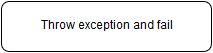
The draw.io diagram ArchSW-docs/uml/process_view/Example2.png in vkostyukov/la4j, before a commit. Source tidied: cells renumbered, new cells last; positions are measured from the earlier drawing's top-left corner, leaving out a move shared by most shapes.
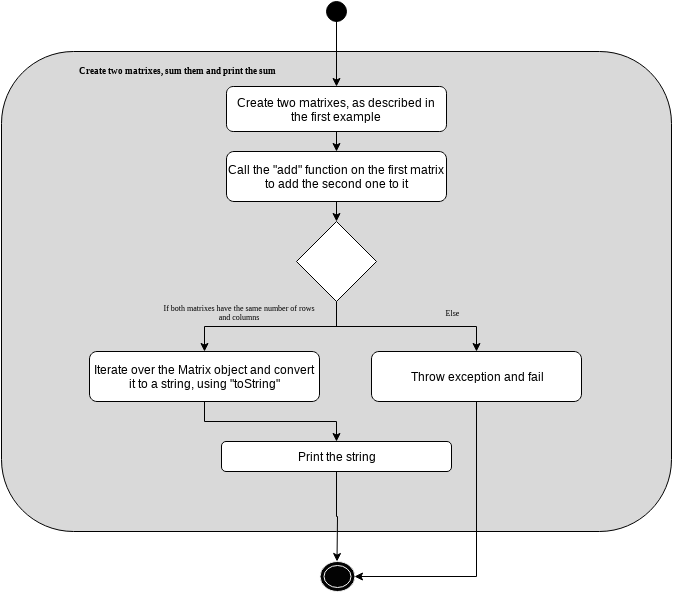
After the commit.

Diff of the diagram source:
```diff
@@ -2,8 +2,78 @@
   <root>
     <mxCell id="0" />
     <mxCell id="1" parent="0" />
-    <mxCell id="2" value="Throw exception and fail&lt;br&gt;" style="rounded=1;whiteSpace=wrap;html=1;strokeColor=#000000;fillColor=#ffffff;fontFamily=Helvetica;fontSize=12;" parent="1" vertex="1">
-      <mxGeometry width="210" height="50" as="geometry" />
+    <mxCell id="2" style="rounded=1;whiteSpace=wrap;html=1;fillColor=#D9D9D9;" parent="1" vertex="1">
+      <mxGeometry width="670" height="480" as="geometry" />
     </mxCell>
+    <mxCell id="3" style="edgeStyle=orthogonalEdgeStyle;rounded=0;html=1;exitX=1;exitY=1;entryX=0.5;entryY=0;endArrow=classic;endFill=1;jettySize=auto;" parent="1" edge="1" source="4" target="6">
+      <mxGeometry x="405" y="57" as="geometry">
+        <Array as="points">
+          <mxPoint x="335" y="-33" />
+        </Array>
+      </mxGeometry>
+    </mxCell>
+    <mxCell id="4" style="ellipse;whiteSpace=wrap;html=1;fillColor=#000000;" parent="1" vertex="1">
+      <mxGeometry x="325" y="-50" width="20" height="20" as="geometry" />
+    </mxCell>
+    <mxCell id="5" style="edgeStyle=orthogonalEdgeStyle;rounded=0;html=1;exitX=0.5;exitY=1;entryX=0.5;entryY=0;endArrow=classic;endFill=1;jettySize=auto;" parent="1" edge="1" source="6" target="8">
+      <mxGeometry x="405" y="155" as="geometry" />
+    </mxCell>
+    <mxCell id="6" value="Create two matrixes, as described in the first example&lt;br&gt;" style="rounded=1;whiteSpace=wrap;html=1;fillColor=#FFFFFF;" parent="1" vertex="1">
+      <mxGeometry x="225" y="35" width="220" height="45" as="geometry" />
+    </mxCell>
+    <mxCell id="7" style="edgeStyle=orthogonalEdgeStyle;rounded=0;html=1;exitX=0.5;exitY=1;entryX=0.5;entryY=0;endArrow=classic;endFill=1;jettySize=auto;fontFamily=Verdana;fontSize=8;" parent="1" edge="1" source="8" target="17">
+      <mxGeometry relative="1" as="geometry" />
+    </mxCell>
+    <mxCell id="8" value="Call the &quot;add&quot; function on the first matrix to add the second one to it&lt;br&gt;" style="rounded=1;whiteSpace=wrap;html=1;fillColor=#FFFFFF;" parent="1" vertex="1">
+      <mxGeometry x="225" y="100" width="220" height="50" as="geometry" />
+    </mxCell>
+    <mxCell id="9" style="edgeStyle=orthogonalEdgeStyle;rounded=0;html=1;exitX=0.5;exitY=1;endArrow=classic;endFill=1;jettySize=auto;" parent="1" edge="1" source="17" target="11">
+      <mxGeometry x="405" y="330" as="geometry">
+        <Array as="points">
+          <mxPoint x="336" y="275" />
+          <mxPoint x="335" y="275" />
+        </Array>
+      </mxGeometry>
+    </mxCell>
+    <mxCell id="10" style="edgeStyle=orthogonalEdgeStyle;rounded=0;html=1;exitX=0.5;exitY=1;entryX=0.5;entryY=0;endArrow=classic;endFill=1;jettySize=auto;" parent="1" edge="1" source="11" target="13">
+      <mxGeometry x="405" y="440" as="geometry" />
+    </mxCell>
+    <mxCell id="11" value="Iterate over the Matrix object and convert it to a string, using &quot;toString&quot;&lt;br&gt;" style="rounded=1;whiteSpace=wrap;html=1;fillColor=#FFFFFF;" parent="1" vertex="1">
+      <mxGeometry x="88" y="300" width="230" height="50" as="geometry" />
+    </mxCell>
+    <mxCell id="12" style="edgeStyle=orthogonalEdgeStyle;rounded=0;html=1;exitX=0.5;exitY=1;endArrow=classic;endFill=1;jettySize=auto;" parent="1" edge="1" source="13" target="14">
+      <mxGeometry x="405" y="510" as="geometry" />
+    </mxCell>
+    <mxCell id="13" value="Print the string&lt;br&gt;" style="rounded=1;whiteSpace=wrap;html=1;fillColor=#FFFFFF;" parent="1" vertex="1">
+      <mxGeometry x="220" y="390" width="230" height="30" as="geometry" />
+    </mxCell>
+    <mxCell id="14" style="ellipse;shape=doubleEllipse;whiteSpace=wrap;html=1;fillColor=#030303;strokeColor=#F5F5F5;" parent="1" vertex="1">
+      <mxGeometry x="318" y="510" width="35" height="30" as="geometry" />
+    </mxCell>
+    <mxCell id="15" value="&lt;h3&gt;Create two matrixes, sum them and print the sum&lt;/h3&gt;" style="text;html=1;strokeColor=none;fillColor=none;align=center;verticalAlign=middle;whiteSpace=wrap;overflow=hidden;fontSize=8;fontFamily=Verdana;fontStyle=0;spacing=-5;" parent="1" vertex="1">
+      <mxGeometry x="20" y="-1" width="310" height="40" as="geometry" />
+    </mxCell>
+    <mxCell id="16" style="edgeStyle=orthogonalEdgeStyle;rounded=0;html=1;exitX=0.5;exitY=1;endArrow=classic;endFill=1;jettySize=auto;fontFamily=Verdana;fontSize=8;" parent="1" edge="1" source="17" target="20">
+      <mxGeometry relative="1" as="geometry" />
+    </mxCell>
+    <mxCell id="17" style="rhombus;whiteSpace=wrap;html=1;strokeColor=#000000;fillColor=#ffffff;fontFamily=Verdana;fontSize=8;" parent="1" vertex="1">
+      <mxGeometry x="295" y="170" width="80" height="80" as="geometry" />
+    </mxCell>
+    <mxCell id="18" value="If both matrixes have the same number of rows and columns&lt;br&gt;" style="text;html=1;strokeColor=none;fillColor=none;align=center;verticalAlign=middle;whiteSpace=wrap;overflow=hidden;fontFamily=Verdana;fontSize=8;" parent="1" vertex="1">
+      <mxGeometry x="158" y="246" width="160" height="30" as="geometry" />
+    </mxCell>
+    <mxCell id="19" style="edgeStyle=orthogonalEdgeStyle;rounded=0;html=1;exitX=0.5;exitY=1;endArrow=classic;endFill=1;jettySize=auto;fontFamily=Verdana;fontSize=8;entryX=1;entryY=0.5;" parent="1" edge="1" source="20" target="14">
+      <mxGeometry relative="1" as="geometry">
+        <Array as="points">
+          <mxPoint x="475" y="525" />
+        </Array>
+      </mxGeometry>
+    </mxCell>
+    <mxCell id="20" value="Throw exception and fail&lt;br&gt;" style="rounded=1;whiteSpace=wrap;html=1;strokeColor=#000000;fillColor=#ffffff;fontFamily=Helvetica;fontSize=12;" parent="1" vertex="1">
+      <mxGeometry x="370" y="300" width="210" height="50" as="geometry" />
+    </mxCell>
+    <mxCell id="21" value="Else" style="text;html=1;strokeColor=none;fillColor=none;align=center;verticalAlign=middle;whiteSpace=wrap;overflow=hidden;fontFamily=Verdana;fontSize=8;" parent="1" vertex="1">
+      <mxGeometry x="430" y="251" width="40" height="20" as="geometry" />
+    </mxCell>
   </root>
 </mxGraphModel>
```
